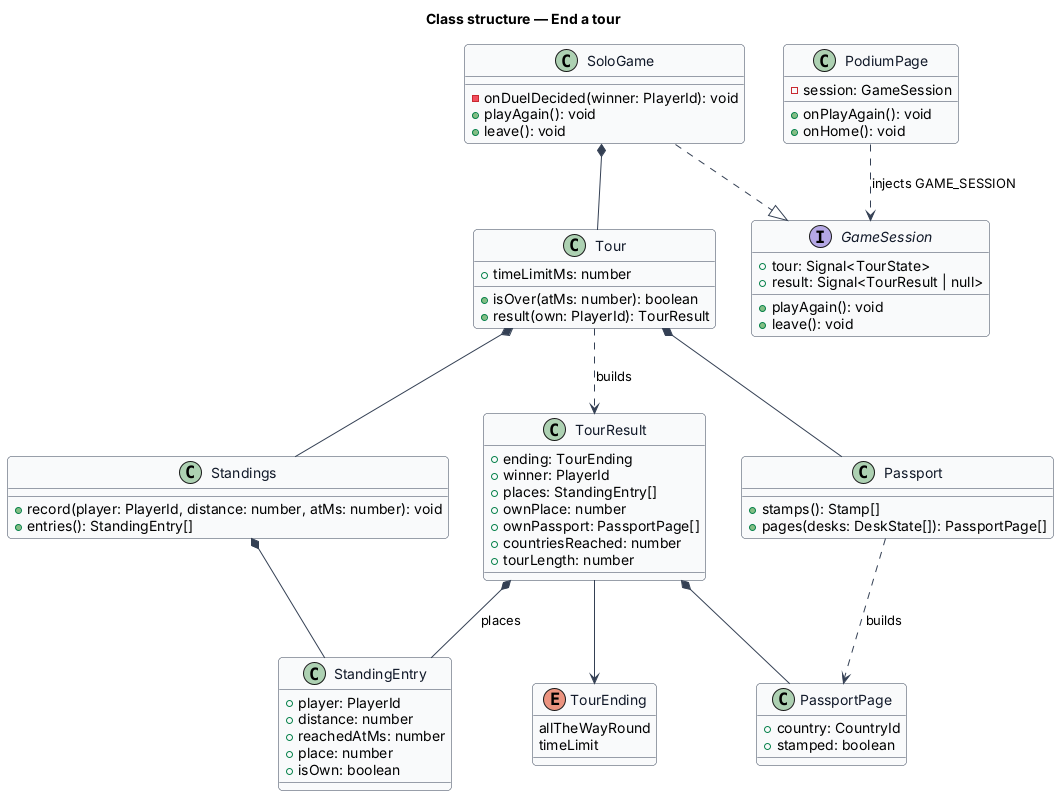
Above: docs/detailed-designs/tour/end-tour/diagrams/class-structure.png in QuinntyneBrown/around-the-world (PlantUML), before the change. Its source is kept beside it as docs/detailed-designs/tour/end-tour/diagrams/class-structure.puml.
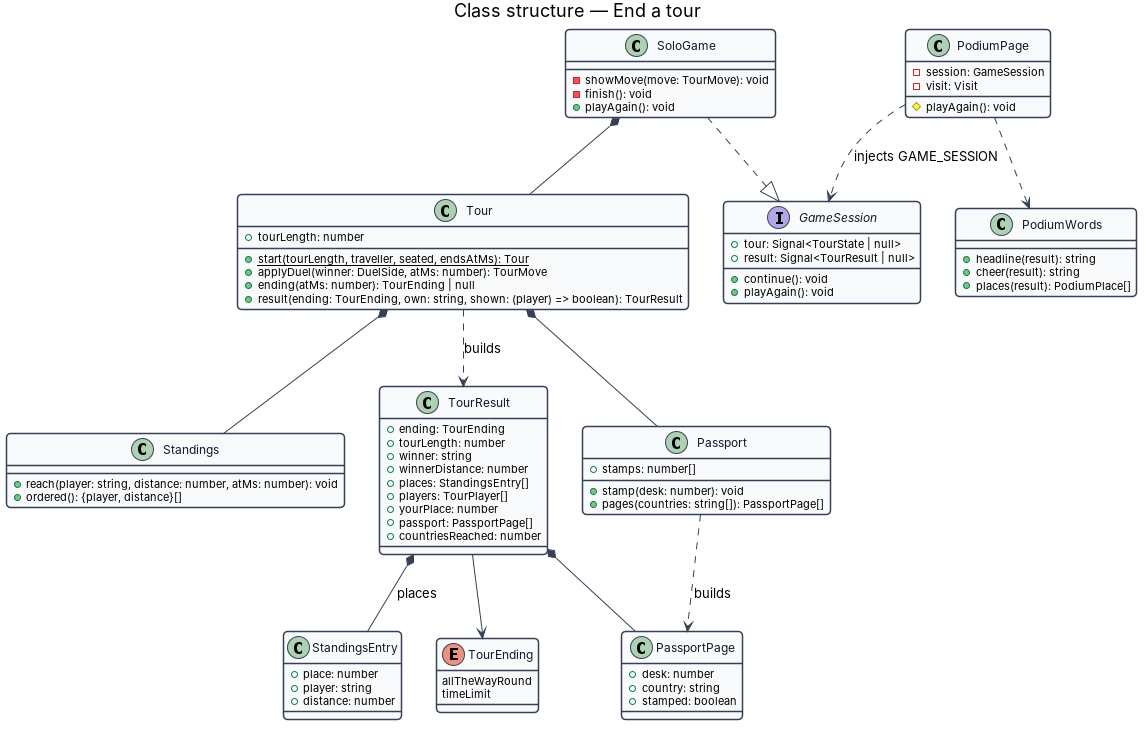
After the change.

Change to the diagram source:
```diff
@@ -12,57 +12,66 @@
 title Class structure — End a tour
 
 class Tour {
-  +timeLimitMs: number
-  +isOver(atMs: number): boolean
-  +result(own: PlayerId): TourResult
+  +tourLength: number
+  +{static} start(tourLength, traveller, seated, endsAtMs): Tour
+  +applyDuel(winner: DuelSide, atMs: number): TourMove
+  +ending(atMs: number): TourEnding | null
+  +result(ending: TourEnding, own: string, shown: (player) => boolean): TourResult
 }
 class Standings {
-  +record(player: PlayerId, distance: number, atMs: number): void
-  +entries(): StandingEntry[]
+  +reach(player: string, distance: number, atMs: number): void
+  +ordered(): {player, distance}[]
 }
-class StandingEntry {
-  +player: PlayerId
+class StandingsEntry {
+  +place: number
+  +player: string
   +distance: number
-  +reachedAtMs: number
-  +place: number
-  +isOwn: boolean
 }
 class TourResult {
   +ending: TourEnding
-  +winner: PlayerId
-  +places: StandingEntry[]
-  +ownPlace: number
-  +ownPassport: PassportPage[]
+  +tourLength: number
+  +winner: string
+  +winnerDistance: number
+  +places: StandingsEntry[]
+  +players: TourPlayer[]
+  +yourPlace: number
+  +passport: PassportPage[]
   +countriesReached: number
-  +tourLength: number
 }
 enum TourEnding {
   allTheWayRound
   timeLimit
 }
 class PassportPage {
-  +country: CountryId
+  +desk: number
+  +country: string
   +stamped: boolean
 }
 class Passport {
-  +stamps(): Stamp[]
-  +pages(desks: DeskState[]): PassportPage[]
+  +stamp(desk: number): void
+  +stamps: number[]
+  +pages(countries: string[]): PassportPage[]
 }
 interface GameSession {
-  +tour: Signal<TourState>
+  +tour: Signal<TourState | null>
   +result: Signal<TourResult | null>
+  +continue(): void
   +playAgain(): void
-  +leave(): void
 }
 class SoloGame {
-  -onDuelDecided(winner: PlayerId): void
+  -showMove(move: TourMove): void
+  -finish(): void
   +playAgain(): void
-  +leave(): void
 }
 class PodiumPage {
   -session: GameSession
-  +onPlayAgain(): void
-  +onHome(): void
+  -visit: Visit
+  #playAgain(): void
+}
+class PodiumWords {
+  +headline(result): string
+  +cheer(result): string
+  +places(result): PodiumPlace[]
 }
 
 SoloGame ..|> GameSession
@@ -70,10 +79,10 @@
 Tour *-- Standings
 Tour *-- Passport
 Tour ..> TourResult : builds
-Standings *-- StandingEntry
 TourResult --> TourEnding
-TourResult *-- StandingEntry : places
+TourResult *-- StandingsEntry : places
 TourResult *-- PassportPage
 Passport ..> PassportPage : builds
 PodiumPage ..> GameSession : injects GAME_SESSION
+PodiumPage ..> PodiumWords
 @enduml
```
